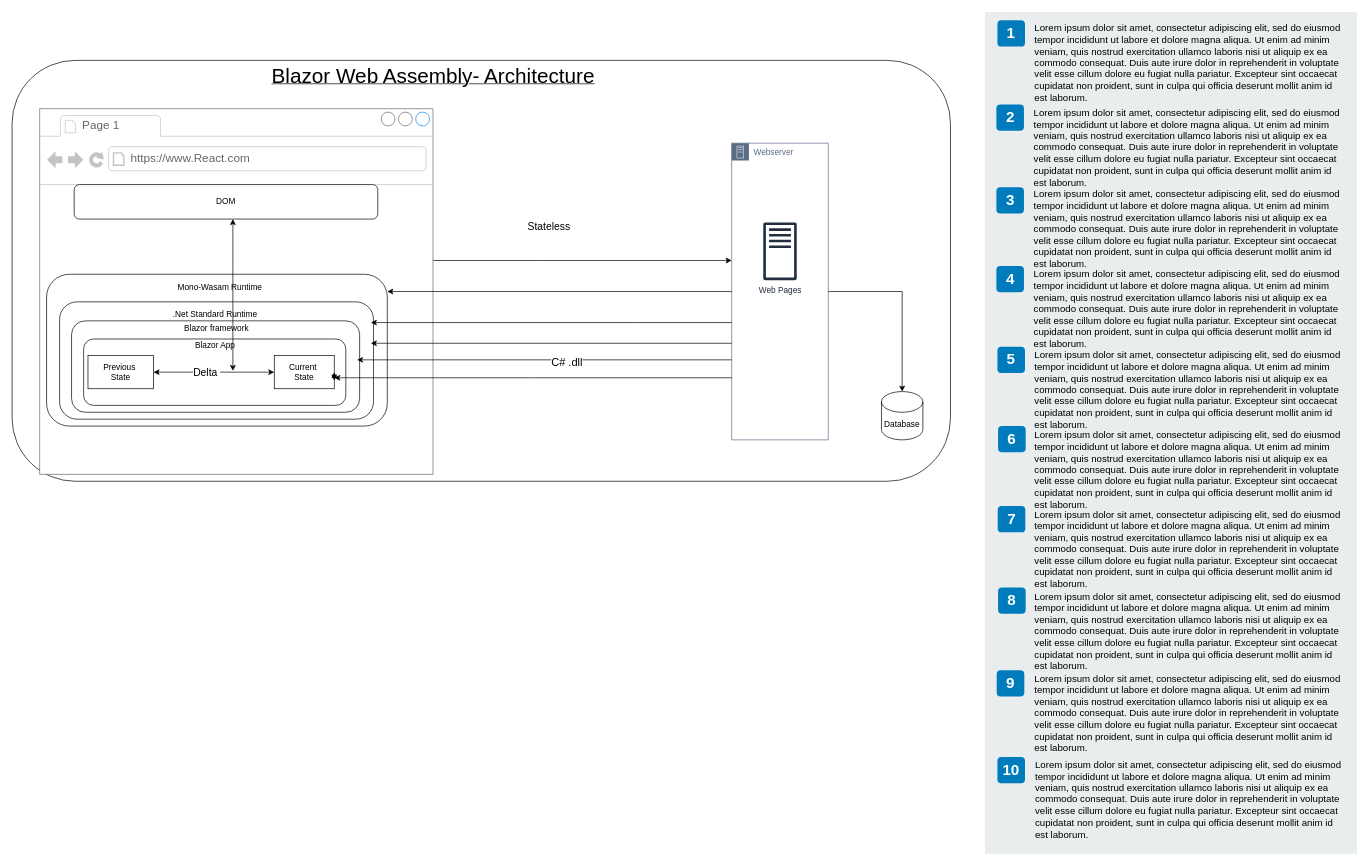
The draw.io diagram page "Blazor -WASM Architecture" (3 of 9) of Untitled Diagram.drawio in KollaRajesh/AzTech-Blazor, before the edit. Source tidied: cells renumbered, new cells numbered last; positions are measured from the earlier drawing's top-left corner, leaving out a move shared by most shapes. Both pictures are drawn from the tidied source at 69%, with x=0, y=0 at pixel (12, 12).
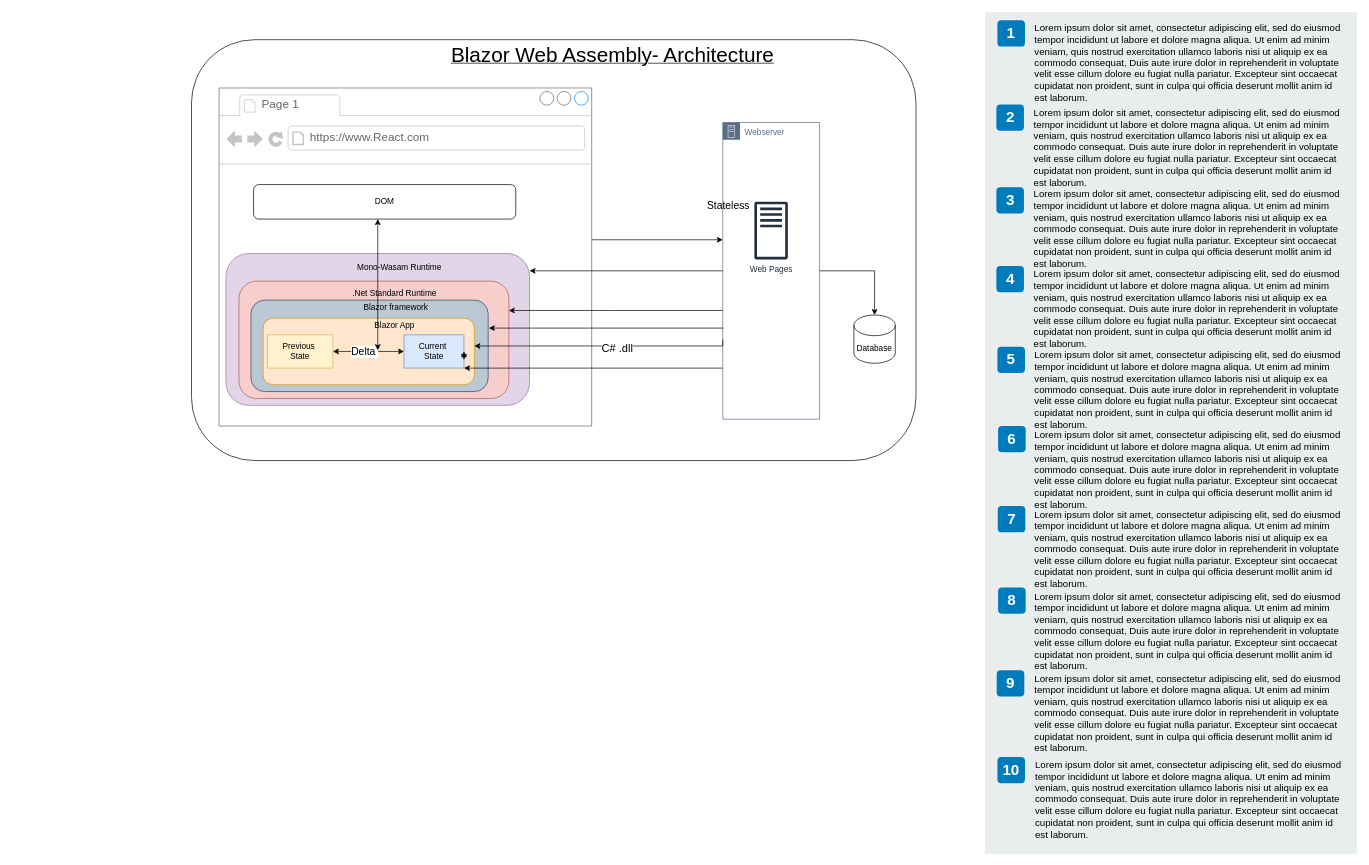
The same diagram, later.

The change refers to these unchanged cells:
```xml
<mxCell id="9" value="Webserver&amp;nbsp;" style="points=[[0,0],[0.25,0],[0.5,0],[0.75,0],[1,0],[1,0.25],[1,0.5],[1,0.75],[1,1],[0.75,1],[0.5,1],[0.25,1],[0,1],[0,0.75],[0,0.5],[0,0.25]];outlineConnect=0;gradientColor=none;html=1;whiteSpace=wrap;fontSize=12;fontStyle=0;shape=mxgraph.aws4.group;grIcon=mxgraph.aws4.group_on_premise;strokeColor=#5A6C86;fillColor=none;verticalAlign=top;align=left;spacingLeft=30;fontColor=#5A6C86;dashed=0;" parent="8" vertex="1">
  <mxGeometry width="140" height="430" as="geometry" />
</mxCell>
```

What changed in the source:
```diff
@@
     <mxCell id="2" style="rounded=1;whiteSpace=wrap;html=1;" parent="1" vertex="1">
-      <mxGeometry y="70" width="1360" height="610" as="geometry" />
+      <mxGeometry x="260" y="40" width="1050" height="610" as="geometry" />
     </mxCell>
     <mxCell id="3" style="edgeStyle=orthogonalEdgeStyle;rounded=0;jettySize=auto;html=1;" parent="1" edge="1" source="13" target="9">
       <mxGeometry relative="1" as="geometry">
         <Array as="points">
-          <mxPoint x="760" y="360" />
-          <mxPoint x="760" y="360" />
+          <mxPoint x="1020" y="330" />
+          <mxPoint x="1020" y="330" />
         </Array>
       </mxGeometry>
     </mxCell>
     <mxCell id="4" value="&lt;span style=&quot;background-color: rgb(255 , 255 , 255)&quot;&gt;&lt;br&gt;&lt;/span&gt;" style="text;html=1;align=center;verticalAlign=middle;" parent="1" vertex="1">
-      <mxGeometry x="945" y="200" width="20" height="20" as="geometry" />
+      <mxGeometry x="1205" y="170" width="20" height="20" as="geometry" />
     </mxCell>
@@
     <mxCell id="6" value="&lt;font style=&quot;font-size: 30px&quot;&gt;Blazor Web Assembly- Architecture&lt;br&gt;&lt;br&gt;&lt;/font&gt;" style="text;html=1;align=center;verticalAlign=middle;fillColor=none;strokeColor=none;rounded=0;fontStyle=4;" parent="1" vertex="1">
-      <mxGeometry x="370" y="84.5" width="480" height="50" as="geometry" />
+      <mxGeometry x="630" y="54.5" width="480" height="50" as="geometry" />
     </mxCell>
     <mxCell id="7" style="group;" parent="1" vertex="1">
-      <mxGeometry x="1130" y="120" width="140" height="500" as="geometry" />
+      <mxGeometry x="1260" y="90" width="140" height="500" as="geometry" />
     </mxCell>
     <mxCell id="8" style="group;" parent="7" vertex="1">
-      <mxGeometry x="-87.1" y="70" width="140" height="430" as="geometry" />
+      <mxGeometry x="-230" y="70" width="140" height="430" as="geometry" />
     </mxCell>
@@
     <mxCell id="11" value="&lt;font style=&quot;font-size: 15px&quot;&gt;Stateless&amp;nbsp;&lt;/font&gt;" style="text;html=1;align=center;verticalAlign=middle;fillColor=none;strokeColor=none;rounded=0;" parent="1" vertex="1">
-      <mxGeometry x="740" y="300" width="80" height="20" as="geometry" />
+      <mxGeometry x="1000" y="270" width="80" height="20" as="geometry" />
     </mxCell>
     <mxCell id="12" value="Database" style="shape=cylinder3;whiteSpace=wrap;html=1;boundedLbl=1;backgroundOutline=1;size=15;" parent="1" vertex="1">
-      <mxGeometry x="1260" y="550" width="60" height="70" as="geometry" />
+      <mxGeometry x="1220" y="439" width="60" height="70" as="geometry" />
     </mxCell>
     <mxCell id="13" style="strokeWidth=1;shadow=0;dashed=0;align=center;html=1;shape=mxgraph.mockup.containers.browserWindow;rSize=0;strokeColor=#666666;strokeColor2=#008cff;strokeColor3=#c4c4c4;mainText=,;" parent="1" vertex="1">
-      <mxGeometry x="40" y="140" width="570" height="530" as="geometry" />
+      <mxGeometry x="300" y="110" width="540" height="490" as="geometry" />
     </mxCell>
@@
     <mxCell id="16" value="DOM" style="rounded=1;whiteSpace=wrap;html=1;" parent="13" vertex="1">
-      <mxGeometry x="50" y="110" width="440" height="50" as="geometry" />
+      <mxGeometry x="50" y="140" width="380" height="50" as="geometry" />
     </mxCell>
-    <mxCell id="17" style="rounded=1;whiteSpace=wrap;html=1;" parent="13" vertex="1">
-      <mxGeometry x="10" y="240" width="493.8" height="220" as="geometry" />
+    <mxCell id="17" style="rounded=1;whiteSpace=wrap;html=1;fillColor=#e1d5e7;strokeColor=#9673a6;" parent="13" vertex="1">
+      <mxGeometry x="10" y="240" width="440" height="220" as="geometry" />
     </mxCell>
-    <mxCell id="18" style="rounded=1;whiteSpace=wrap;html=1;" parent="13" vertex="1">
-      <mxGeometry x="28.8" y="280" width="455" height="170" as="geometry" />
+    <mxCell id="18" style="rounded=1;whiteSpace=wrap;html=1;fillColor=#f8cecc;strokeColor=#b85450;" parent="13" vertex="1">
+      <mxGeometry x="28.8" y="280" width="391.2" height="170" as="geometry" />
     </mxCell>
@@
-    <mxCell id="21" style="rounded=1;whiteSpace=wrap;html=1;" parent="13" vertex="1">
-      <mxGeometry x="46.2" y="307.5" width="417.5" height="132.5" as="geometry" />
+    <mxCell id="21" style="rounded=1;whiteSpace=wrap;html=1;fillColor=#bac8d3;strokeColor=#23445d;" parent="13" vertex="1">
+      <mxGeometry x="46.2" y="307.5" width="343.8" height="132.5" as="geometry" />
     </mxCell>
-    <mxCell id="22" style="rounded=1;whiteSpace=wrap;html=1;" parent="13" vertex="1">
-      <mxGeometry x="63.7" y="333.8" width="380" height="96.2" as="geometry" />
+    <mxCell id="22" style="rounded=1;whiteSpace=wrap;html=1;fillColor=#ffe6cc;strokeColor=#d79b00;" parent="13" vertex="1">
+      <mxGeometry x="63.8" y="333.8" width="306.2" height="96.2" as="geometry" />
     </mxCell>
@@
-    <mxCell id="25" value="Current&amp;nbsp;&lt;br&gt;State" style="rounded=0;whiteSpace=wrap;html=1;" parent="13" vertex="1">
-      <mxGeometry x="340" y="357.8" width="86.9" height="48.1" as="geometry" />
+    <mxCell id="25" value="Current&amp;nbsp;&lt;br&gt;State" style="rounded=0;whiteSpace=wrap;html=1;fillColor=#dae8fc;strokeColor=#6c8ebf;" parent="13" vertex="1">
+      <mxGeometry x="268" y="357.8" width="86.9" height="48.1" as="geometry" />
     </mxCell>
@@
-    <mxCell id="28" value="Previous&amp;nbsp;&lt;br&gt;State" style="rounded=0;whiteSpace=wrap;html=1;" parent="13" vertex="1">
+    <mxCell id="28" value="Previous&amp;nbsp;&lt;br&gt;State" style="rounded=0;whiteSpace=wrap;html=1;fillColor=#fff2cc;strokeColor=#d6b656;" parent="13" vertex="1">
       <mxGeometry x="70" y="357.8" width="95" height="48.1" as="geometry" />
     </mxCell>
     <mxCell id="29" style="edgeStyle=elbowEdgeStyle;rounded=0;jettySize=auto;html=1;startArrow=classic;startFill=1;" parent="13" edge="1" source="16">
       <mxGeometry relative="1" as="geometry">
-        <mxPoint x="280" y="380" as="targetPoint" />
+        <mxPoint x="230" y="380" as="targetPoint" />
         <Array as="points">
+          <mxPoint x="230" y="280" />
           <mxPoint x="280" y="230" />
           <mxPoint x="315" y="250" />
           <mxPoint x="306" y="440" />
         </Array>
       </mxGeometry>
     </mxCell>
@@
     <mxCell id="31" style="edgeStyle=orthogonalEdgeStyle;rounded=0;jettySize=auto;html=1;" parent="1" edge="1" source="9" target="17">
       <mxGeometry relative="1" as="geometry">
         <Array as="points">
-          <mxPoint x="1060" y="440" />
-          <mxPoint x="1060" y="440" />
+          <mxPoint x="1040" y="410" />
+          <mxPoint x="1040" y="410" />
         </Array>
       </mxGeometry>
     </mxCell>
-    <mxCell id="32" style="edgeStyle=orthogonalEdgeStyle;rounded=0;jettySize=auto;html=1;" parent="1" edge="1" source="9">
+    <mxCell id="32" style="edgeStyle=orthogonalEdgeStyle;rounded=0;jettySize=auto;html=1;entryX=1;entryY=0.25;entryDx=0;entryDy=0;" parent="1" edge="1" source="9" target="18">
       <mxGeometry relative="1" as="geometry">
-        <mxPoint x="520" y="450" as="targetPoint" />
         <Array as="points">
-          <mxPoint x="910" y="450" />
-          <mxPoint x="910" y="450" />
+          <mxPoint x="870" y="433" />
         </Array>
       </mxGeometry>
     </mxCell>
-    <mxCell id="33" style="edgeStyle=orthogonalEdgeStyle;rounded=0;jettySize=auto;html=1;" parent="1" edge="1" source="9">
+    <mxCell id="33" style="edgeStyle=orthogonalEdgeStyle;rounded=0;orthogonalLoop=1;jettySize=auto;html=1;" parent="1" edge="1">
       <mxGeometry relative="1" as="geometry">
-        <mxPoint x="520" y="480" as="targetPoint" />
+        <mxPoint x="1031" y="458" as="sourcePoint" />
+        <mxPoint x="691" y="458" as="targetPoint" />
         <Array as="points">
-          <mxPoint x="520" y="480" />
+          <mxPoint x="731" y="458" />
+          <mxPoint x="731" y="458" />
         </Array>
       </mxGeometry>
     </mxCell>
-    <mxCell id="34" style="edgeStyle=orthogonalEdgeStyle;rounded=0;orthogonalLoop=1;jettySize=auto;html=1;" parent="1" edge="1">
+    <mxCell id="34" style="edgeStyle=orthogonalEdgeStyle;rounded=0;orthogonalLoop=1;jettySize=auto;html=1;exitX=0;exitY=0.75;exitDx=0;exitDy=0;entryX=1;entryY=0.5;entryDx=0;entryDy=0;" parent="1" edge="1">
       <mxGeometry relative="1" as="geometry">
-        <mxPoint x="1042.9" y="504" as="sourcePoint" />
-        <mxPoint x="500" y="504" as="targetPoint" />
+        <mxPoint x="1030" y="474.5" as="sourcePoint" />
+        <mxPoint x="670" y="483.9" as="targetPoint" />
         <Array as="points">
-          <mxPoint x="500" y="504" />
+          <mxPoint x="1030" y="484" />
         </Array>
       </mxGeometry>
     </mxCell>
@@
     <mxCell id="36" style="edgeStyle=orthogonalEdgeStyle;rounded=0;jettySize=auto;html=1;" parent="1" edge="1" source="9">
       <mxGeometry relative="1" as="geometry">
-        <mxPoint x="467" y="530" as="targetPoint" />
+        <mxPoint x="655" y="516" as="targetPoint" />
         <Array as="points">
-          <mxPoint x="750" y="530" />
-          <mxPoint x="750" y="530" />
+          <mxPoint x="655" y="516" />
         </Array>
       </mxGeometry>
     </mxCell>
```
